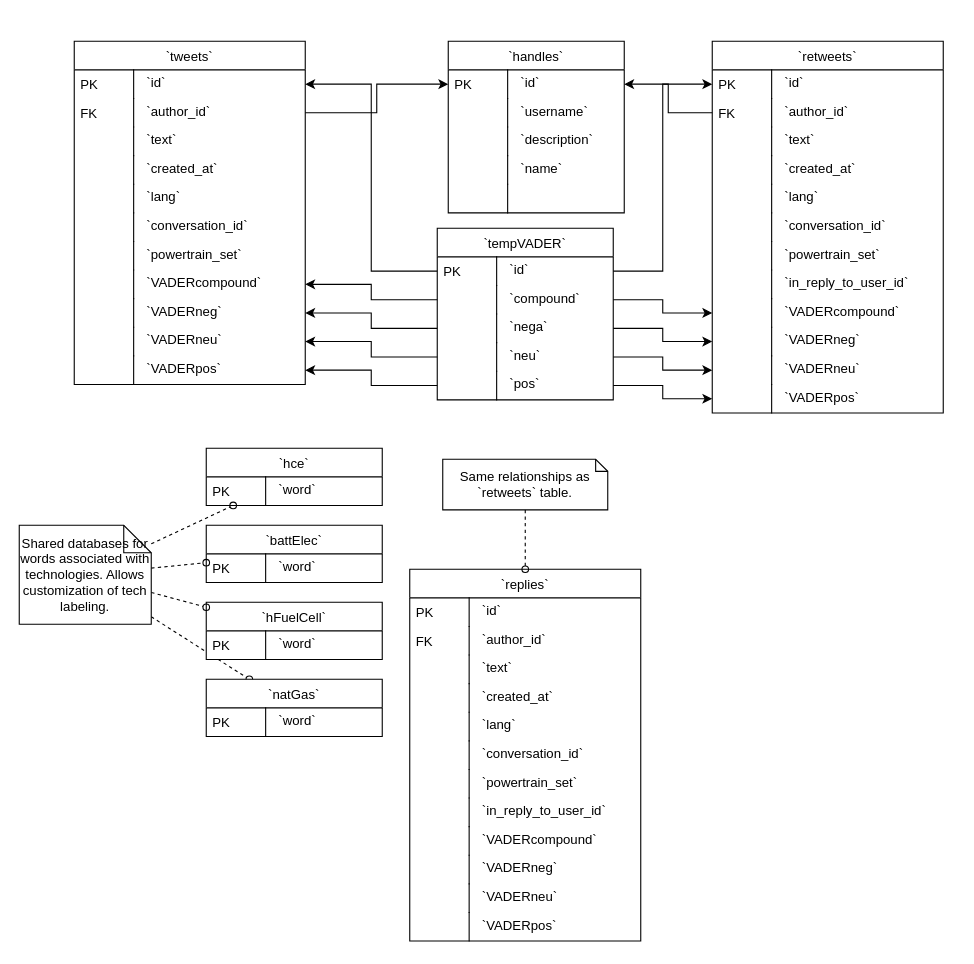
Before: page "Page-2" (2 of 2) of uml/database.drawio in agarcia169/4306-Donaldson-Project, a draw.io diagram. Source tidied: cells renumbered, new cells numbered last; positions are measured from the earlier drawing's top-left corner, leaving out a move shared by most shapes. Both pictures are drawn from the tidied source at 110%, with x=0, y=0 at pixel (19, 41).
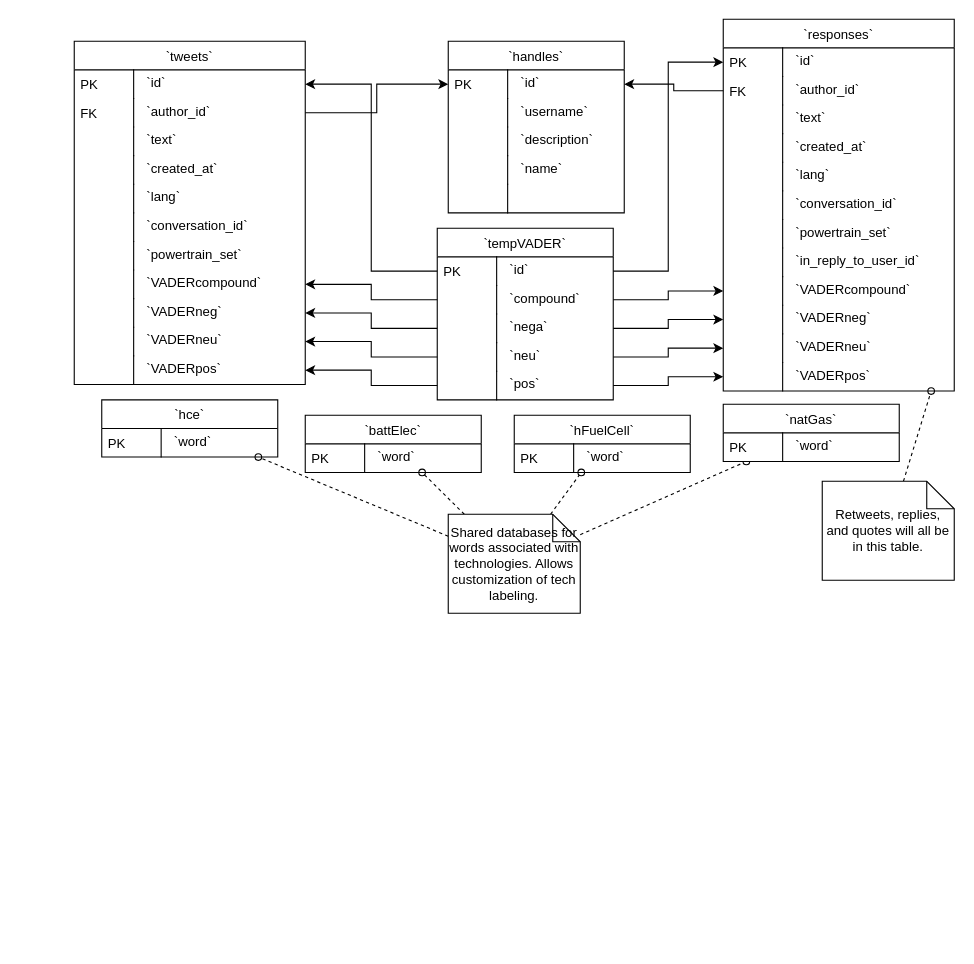
Above is the later version.

The change refers to these unchanged cells:
```xml
<mxCell id="86" value="`VADERpos`" style="shape=partialRectangle;top=0;left=0;right=0;bottom=0;align=left;verticalAlign=top;spacingTop=-2;fillColor=none;spacingLeft=64;spacingRight=4;overflow=hidden;points=[[0,0.5],[1,0.5]];portConstraint=eastwest;" parent="63" vertex="1">
  <mxGeometry y="312" width="210" height="26" as="geometry" />
</mxCell>
```

Change to the diagram source:
```diff
@@
-    <mxCell id="38" value="`replies`" style="swimlane;fontStyle=0;horizontal=1;startSize=26;fillColor=default;swimlaneFillColor=default;align=center;" parent="1" vertex="1">
-      <mxGeometry x="355" y="480" width="210" height="338" as="geometry" />
-    </mxCell>
-    <mxCell id="39" value="`id`" style="shape=partialRectangle;top=0;left=0;right=0;bottom=0;align=left;verticalAlign=top;spacingTop=-2;fillColor=none;spacingLeft=64;spacingRight=4;overflow=hidden;" parent="38" vertex="1">
-      <mxGeometry y="26" width="210" height="26" as="geometry" />
-    </mxCell>
-    <mxCell id="40" value="PK" style="shape=partialRectangle;top=0;left=0;bottom=0;fillColor=none;align=left;verticalAlign=middle;spacingLeft=4;spacingRight=4;overflow=hidden;" parent="39" vertex="1">
-      <mxGeometry width="54" height="26" as="geometry" />
-    </mxCell>
-    <mxCell id="41" value="`author_id`" style="shape=partialRectangle;top=0;left=0;right=0;bottom=0;align=left;verticalAlign=top;spacingTop=-2;fillColor=none;spacingLeft=64;spacingRight=4;overflow=hidden;" parent="38" vertex="1">
-      <mxGeometry y="52" width="210" height="26" as="geometry" />
-    </mxCell>
-    <mxCell id="42" value="FK" style="shape=partialRectangle;top=0;left=0;bottom=0;fillColor=none;align=left;verticalAlign=middle;spacingLeft=4;spacingRight=4;overflow=hidden;" parent="41" vertex="1">
-      <mxGeometry width="54" height="26" as="geometry" />
-    </mxCell>
-    <mxCell id="43" value="`text`" style="shape=partialRectangle;top=0;left=0;right=0;bottom=0;align=left;verticalAlign=top;spacingTop=-2;fillColor=none;spacingLeft=64;spacingRight=4;overflow=hidden;" parent="38" vertex="1">
-      <mxGeometry y="78" width="210" height="26" as="geometry" />
-    </mxCell>
-    <mxCell id="44" style="shape=partialRectangle;top=0;left=0;bottom=0;fillColor=none;align=left;verticalAlign=middle;spacingLeft=4;spacingRight=4;overflow=hidden;" parent="43" vertex="1">
-      <mxGeometry width="54" height="26" as="geometry" />
-    </mxCell>
-    <mxCell id="45" value="`created_at`" style="shape=partialRectangle;top=0;left=0;right=0;bottom=0;align=left;verticalAlign=top;spacingTop=-2;fillColor=none;spacingLeft=64;spacingRight=4;overflow=hidden;" parent="38" vertex="1">
-      <mxGeometry y="104" width="210" height="26" as="geometry" />
-    </mxCell>
-    <mxCell id="46" style="shape=partialRectangle;top=0;left=0;bottom=0;fillColor=none;align=left;verticalAlign=middle;spacingLeft=4;spacingRight=4;overflow=hidden;" parent="45" vertex="1">
-      <mxGeometry width="54" height="26" as="geometry" />
-    </mxCell>
-    <mxCell id="47" value="`lang`&#10;" style="shape=partialRectangle;top=0;left=0;right=0;bottom=0;align=left;verticalAlign=top;spacingTop=-2;fillColor=none;spacingLeft=64;spacingRight=4;overflow=hidden;" parent="38" vertex="1">
-      <mxGeometry y="130" width="210" height="26" as="geometry" />
-    </mxCell>
-    <mxCell id="48" style="shape=partialRectangle;top=0;left=0;bottom=0;fillColor=none;align=left;verticalAlign=middle;spacingLeft=4;spacingRight=4;overflow=hidden;" parent="47" vertex="1">
-      <mxGeometry width="54" height="26" as="geometry" />
-    </mxCell>
-    <mxCell id="49" value="`conversation_id`" style="shape=partialRectangle;top=0;left=0;right=0;bottom=0;align=left;verticalAlign=top;spacingTop=-2;fillColor=none;spacingLeft=64;spacingRight=4;overflow=hidden;" parent="38" vertex="1">
-      <mxGeometry y="156" width="210" height="26" as="geometry" />
-    </mxCell>
-    <mxCell id="50" style="shape=partialRectangle;top=0;left=0;bottom=0;fillColor=none;align=left;verticalAlign=middle;spacingLeft=4;spacingRight=4;overflow=hidden;" parent="49" vertex="1">
-      <mxGeometry width="54" height="26" as="geometry" />
-    </mxCell>
-    <mxCell id="51" value="`powertrain_set`" style="shape=partialRectangle;top=0;left=0;right=0;bottom=0;align=left;verticalAlign=top;spacingTop=-2;fillColor=none;spacingLeft=64;spacingRight=4;overflow=hidden;" parent="38" vertex="1">
-      <mxGeometry y="182" width="210" height="26" as="geometry" />
-    </mxCell>
-    <mxCell id="52" style="shape=partialRectangle;top=0;left=0;bottom=0;fillColor=none;align=left;verticalAlign=middle;spacingLeft=4;spacingRight=4;overflow=hidden;" parent="51" vertex="1">
-      <mxGeometry width="54" height="26" as="geometry" />
-    </mxCell>
-    <mxCell id="53" value="`in_reply_to_user_id`" style="shape=partialRectangle;top=0;left=0;right=0;bottom=0;align=left;verticalAlign=top;spacingTop=-2;fillColor=none;spacingLeft=64;spacingRight=4;overflow=hidden;" parent="38" vertex="1">
-      <mxGeometry y="208" width="210" height="26" as="geometry" />
-    </mxCell>
-    <mxCell id="54" style="shape=partialRectangle;top=0;left=0;bottom=0;fillColor=none;align=left;verticalAlign=middle;spacingLeft=4;spacingRight=4;overflow=hidden;" parent="53" vertex="1">
-      <mxGeometry width="54" height="26" as="geometry" />
-    </mxCell>
-    <mxCell id="55" value="`VADERcompound`" style="shape=partialRectangle;top=0;left=0;right=0;bottom=0;align=left;verticalAlign=top;spacingTop=-2;fillColor=none;spacingLeft=64;spacingRight=4;overflow=hidden;" parent="38" vertex="1">
-      <mxGeometry y="234" width="210" height="26" as="geometry" />
-    </mxCell>
-    <mxCell id="56" style="shape=partialRectangle;top=0;left=0;bottom=0;fillColor=none;align=left;verticalAlign=middle;spacingLeft=4;spacingRight=4;overflow=hidden;" parent="55" vertex="1">
-      <mxGeometry width="54" height="26" as="geometry" />
-    </mxCell>
-    <mxCell id="57" value="`VADERneg`" style="shape=partialRectangle;top=0;left=0;right=0;bottom=0;align=left;verticalAlign=top;spacingTop=-2;fillColor=none;spacingLeft=64;spacingRight=4;overflow=hidden;" parent="38" vertex="1">
-      <mxGeometry y="260" width="210" height="26" as="geometry" />
-    </mxCell>
-    <mxCell id="58" style="shape=partialRectangle;top=0;left=0;bottom=0;fillColor=none;align=left;verticalAlign=middle;spacingLeft=4;spacingRight=4;overflow=hidden;" parent="57" vertex="1">
-      <mxGeometry width="54" height="26" as="geometry" />
-    </mxCell>
-    <mxCell id="59" value="`VADERneu`" style="shape=partialRectangle;top=0;left=0;right=0;bottom=0;align=left;verticalAlign=top;spacingTop=-2;fillColor=none;spacingLeft=64;spacingRight=4;overflow=hidden;" parent="38" vertex="1">
-      <mxGeometry y="286" width="210" height="26" as="geometry" />
-    </mxCell>
-    <mxCell id="60" style="shape=partialRectangle;top=0;left=0;bottom=0;fillColor=none;align=left;verticalAlign=middle;spacingLeft=4;spacingRight=4;overflow=hidden;" parent="59" vertex="1">
-      <mxGeometry width="54" height="26" as="geometry" />
-    </mxCell>
-    <mxCell id="61" value="`VADERpos`" style="shape=partialRectangle;top=0;left=0;right=0;bottom=0;align=left;verticalAlign=top;spacingTop=-2;fillColor=none;spacingLeft=64;spacingRight=4;overflow=hidden;" parent="38" vertex="1">
-      <mxGeometry y="312" width="210" height="26" as="geometry" />
-    </mxCell>
-    <mxCell id="62" style="shape=partialRectangle;top=0;left=0;bottom=0;fillColor=none;align=left;verticalAlign=middle;spacingLeft=4;spacingRight=4;overflow=hidden;" parent="61" vertex="1">
-      <mxGeometry width="54" height="26" as="geometry" />
-    </mxCell>
-    <mxCell id="63" value="`retweets`" style="swimlane;fontStyle=0;horizontal=1;startSize=26;fillColor=default;swimlaneFillColor=default;align=center;" parent="1" vertex="1">
-      <mxGeometry x="630" width="210" height="338" as="geometry" />
+    <mxCell id="63" value="`responses`" style="swimlane;fontStyle=0;horizontal=1;startSize=26;fillColor=default;swimlaneFillColor=default;align=center;" parent="1" vertex="1">
+      <mxGeometry x="640" y="-20" width="210" height="338" as="geometry" />
     </mxCell>
@@
     <mxCell id="110" value="`hce`" style="swimlane;fontStyle=0;horizontal=1;startSize=26;fillColor=default;swimlaneFillColor=default;align=center;" parent="1" vertex="1">
-      <mxGeometry x="170" y="370" width="160" height="52" as="geometry" />
+      <mxGeometry x="75" y="326" width="160" height="52" as="geometry" />
     </mxCell>
@@
     <mxCell id="113" value="`battElec`" style="swimlane;fontStyle=0;horizontal=1;startSize=26;fillColor=default;swimlaneFillColor=default;align=center;" parent="1" vertex="1">
-      <mxGeometry x="170" y="440" width="160" height="52" as="geometry" />
+      <mxGeometry x="260" y="340" width="160" height="52" as="geometry" />
     </mxCell>
@@
     <mxCell id="116" value="`hFuelCell`" style="swimlane;fontStyle=0;horizontal=1;startSize=26;fillColor=default;swimlaneFillColor=default;align=center;" parent="1" vertex="1">
-      <mxGeometry x="170" y="510" width="160" height="52" as="geometry" />
+      <mxGeometry x="450" y="340" width="160" height="52" as="geometry" />
     </mxCell>
@@
     <mxCell id="119" value="`natGas`" style="swimlane;fontStyle=0;horizontal=1;startSize=26;fillColor=default;swimlaneFillColor=default;align=center;" parent="1" vertex="1">
-      <mxGeometry x="170" y="580" width="160" height="52" as="geometry" />
+      <mxGeometry x="640" y="330" width="160" height="52" as="geometry" />
     </mxCell>
@@
-    <mxCell id="122" style="rounded=0;jettySize=auto;html=1;dashed=1;endArrow=oval;endFill=0;" parent="1" edge="1" source="123" target="38">
-      <mxGeometry relative="1" as="geometry" />
-    </mxCell>
-    <mxCell id="123" value="&lt;div&gt;Same relationships as `retweets` table.&lt;/div&gt;" style="shape=note2;boundedLbl=1;whiteSpace=wrap;html=1;size=11;verticalAlign=middle;align=center;labelPosition=center;verticalLabelPosition=middle;" parent="1" vertex="1">
-      <mxGeometry x="385" y="380" width="150" height="46" as="geometry" />
-    </mxCell>
@@
     <mxCell id="127" value="&lt;div&gt;Shared databases for words associated with technologies. Allows customization of tech labeling.&lt;br&gt;&lt;/div&gt;" style="shape=note2;boundedLbl=1;whiteSpace=wrap;html=1;size=25;verticalAlign=middle;align=center;" parent="1" vertex="1">
-      <mxGeometry y="440" width="120" height="90" as="geometry" />
+      <mxGeometry x="390" y="430" width="120" height="90" as="geometry" />
     </mxCell>
+    <mxCell id="128" style="rounded=0;jettySize=auto;html=1;dashed=1;endArrow=oval;endFill=0;entryX=0.9;entryY=1;entryDx=0;entryDy=0;entryPerimeter=0;" parent="1" edge="1" source="129" target="86">
+      <mxGeometry relative="1" as="geometry" />
+    </mxCell>
+    <mxCell id="129" value="Retweets, replies, and quotes will all be in this table." style="shape=note2;boundedLbl=1;whiteSpace=wrap;html=1;size=25;verticalAlign=middle;align=center;" parent="1" vertex="1">
+      <mxGeometry x="730" y="400" width="120" height="90" as="geometry" />
+    </mxCell>
```
